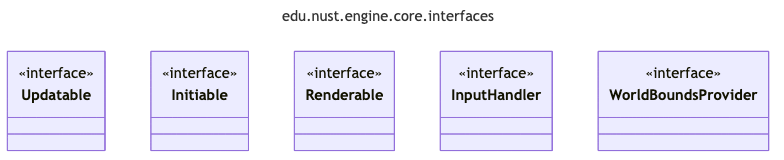
The Mermaid diagram uml/generated/png/package_edu_nust_engine_core_interfaces.png in zombie-zero-nust/zombie-zero, before a commit. Its source is kept beside it as uml/generated/mmd/package_edu_nust_engine_core_interfaces.mmd.
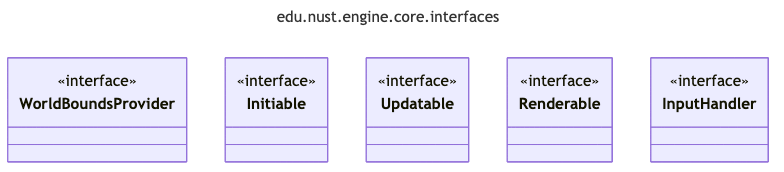
Later version of the same file.

What changed in the source:
```diff
@@ -2,15 +2,15 @@
 title: edu.nust.engine.core.interfaces
 config:
   look: classic
-  layout: dagre
+  layout: elk
   flowchart:
     curve: linear
   class:
     defaultRenderer: dagre-wrapper
 ---
 classDiagram
-class Updatable <<interface>>
-class Initiable <<interface>>
-class Renderable <<interface>>
-class InputHandler <<interface>>
-class WorldBoundsProvider <<interface>>
+  class WorldBoundsProvider <<interface>>
+  class Initiable <<interface>>
+  class Updatable <<interface>>
+  class Renderable <<interface>>
+  class InputHandler <<interface>>
```
